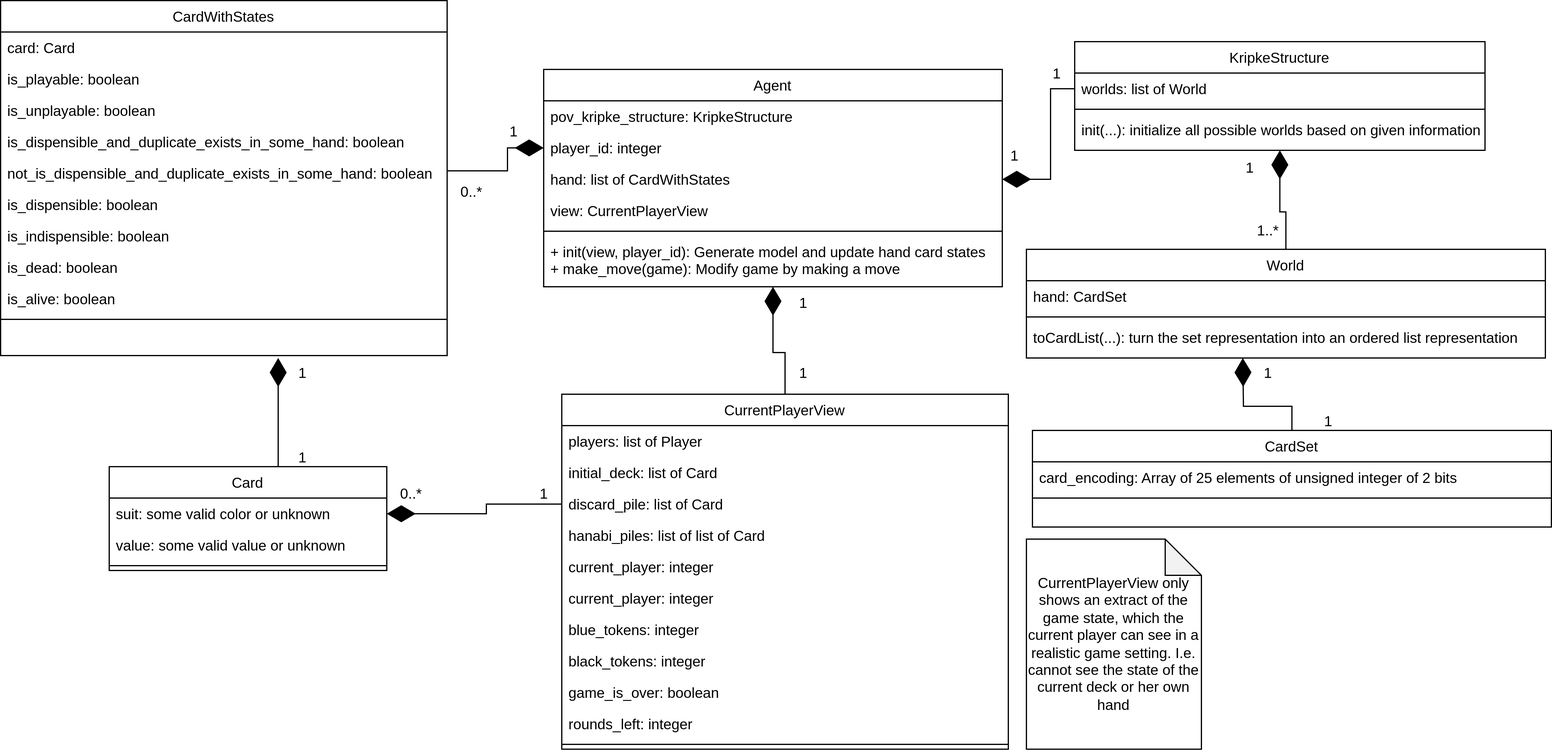
Above: images/agent-uml-class-diagram.png in Poetastrophe/Bachelor-report (draw.io), before the change. Source tidied: cells renumbered, new cells last; positions are measured from the earlier drawing's top-left corner, leaving out a move shared by most shapes.
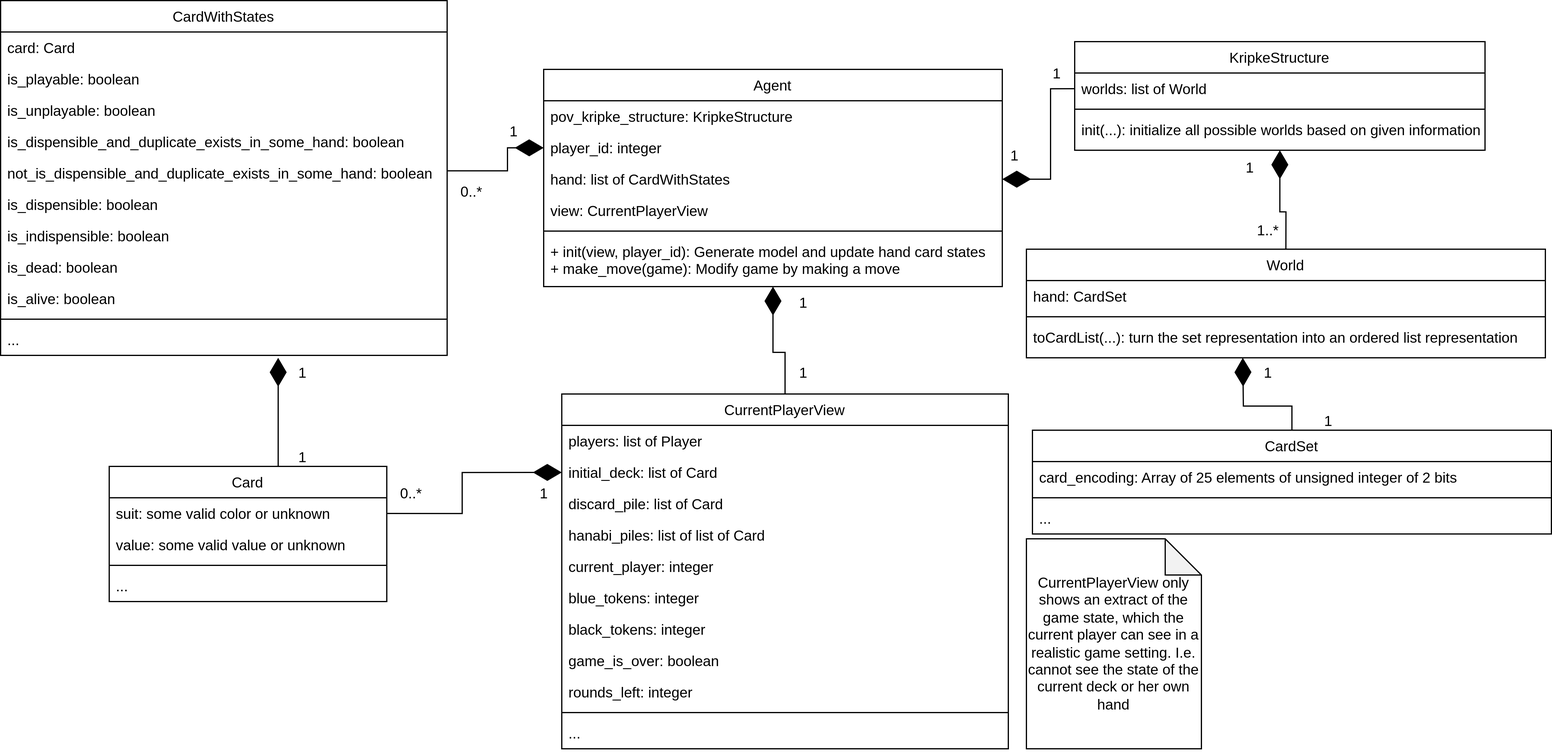
Above is the later version.

What changed in the source:
```diff
@@ -98,6 +98,9 @@
     <mxCell id="33" style="line;html=1;strokeWidth=1;align=left;verticalAlign=middle;spacingTop=-1;spacingLeft=3;spacingRight=3;labelPosition=right;" parent="23" vertex="1">
       <mxGeometry y="260" width="370" height="8" as="geometry" />
     </mxCell>
+    <mxCell id="69" value="..." style="text;align=left;verticalAlign=top;spacingLeft=4;spacingRight=4;overflow=hidden;rounded=0;shadow=0;html=0;" parent="23" vertex="1">
+      <mxGeometry y="268" width="370" height="26" as="geometry" />
+    </mxCell>
     <mxCell id="34" value="CurrentPlayerView" style="swimlane;fontStyle=0;align=center;verticalAlign=top;horizontal=1;startSize=26;rounded=0;shadow=0;strokeWidth=1;" parent="1" vertex="1">
       <mxGeometry x="465" y="326" width="370" height="294" as="geometry" />
     </mxCell>
@@ -113,27 +116,27 @@
     <mxCell id="38" value="hanabi_piles: list of list of Card" style="text;align=left;verticalAlign=top;spacingLeft=4;spacingRight=4;overflow=hidden;rounded=0;shadow=0;html=0;" parent="34" vertex="1">
       <mxGeometry y="104" width="370" height="26" as="geometry" />
     </mxCell>
-    <mxCell id="39" value="current_player: integer" style="text;align=left;verticalAlign=top;spacingLeft=4;spacingRight=4;overflow=hidden;rounded=0;shadow=0;html=0;" parent="34" vertex="1">
-      <mxGeometry y="130" width="370" height="26" as="geometry" />
-    </mxCell>
     <mxCell id="40" value="current_player: integer" style="text;align=left;verticalAlign=top;spacingLeft=4;spacingRight=4;overflow=hidden;rounded=0;shadow=0;html=0;" parent="34" vertex="1">
-      <mxGeometry y="156" width="370" height="26" as="geometry" />
+      <mxGeometry y="130" width="370" height="26" as="geometry" />
     </mxCell>
     <mxCell id="41" value="blue_tokens: integer" style="text;align=left;verticalAlign=top;spacingLeft=4;spacingRight=4;overflow=hidden;rounded=0;shadow=0;html=0;" parent="34" vertex="1">
-      <mxGeometry y="182" width="370" height="26" as="geometry" />
+      <mxGeometry y="156" width="370" height="26" as="geometry" />
     </mxCell>
     <mxCell id="42" value="black_tokens: integer" style="text;align=left;verticalAlign=top;spacingLeft=4;spacingRight=4;overflow=hidden;rounded=0;shadow=0;html=0;" parent="34" vertex="1">
-      <mxGeometry y="208" width="370" height="26" as="geometry" />
+      <mxGeometry y="182" width="370" height="26" as="geometry" />
     </mxCell>
     <mxCell id="43" value="game_is_over: boolean" style="text;align=left;verticalAlign=top;spacingLeft=4;spacingRight=4;overflow=hidden;rounded=0;shadow=0;html=0;" parent="34" vertex="1">
-      <mxGeometry y="234" width="370" height="26" as="geometry" />
+      <mxGeometry y="208" width="370" height="26" as="geometry" />
     </mxCell>
     <mxCell id="44" value="rounds_left: integer" style="text;align=left;verticalAlign=top;spacingLeft=4;spacingRight=4;overflow=hidden;rounded=0;shadow=0;html=0;" parent="34" vertex="1">
-      <mxGeometry y="260" width="370" height="26" as="geometry" />
+      <mxGeometry y="234" width="370" height="26" as="geometry" />
     </mxCell>
     <mxCell id="45" style="line;html=1;strokeWidth=1;align=left;verticalAlign=middle;spacingTop=-1;spacingLeft=3;spacingRight=3;labelPosition=right;" parent="34" vertex="1">
-      <mxGeometry y="286" width="370" height="8" as="geometry" />
+      <mxGeometry y="260" width="370" height="8" as="geometry" />
     </mxCell>
+    <mxCell id="70" value="..." style="text;align=left;verticalAlign=top;spacingLeft=4;spacingRight=4;overflow=hidden;rounded=0;shadow=0;html=0;" parent="34" vertex="1">
+      <mxGeometry y="268" width="370" height="26" as="geometry" />
+    </mxCell>
     <mxCell id="46" style="edgeStyle=orthogonalEdgeStyle;rounded=0;jettySize=auto;html=1;exitX=0;exitY=0.5;exitDx=0;exitDy=0;entryX=1;entryY=0.5;entryDx=0;entryDy=0;endArrow=diamondThin;endFill=1;endSize=21;" parent="1" edge="1" source="3" target="16">
       <mxGeometry relative="1" as="geometry" />
     </mxCell>
@@ -157,7 +160,7 @@
       <mxGeometry x="370" y="144" width="40" height="30" as="geometry" />
     </mxCell>
     <mxCell id="52" value="CardSet" style="swimlane;fontStyle=0;align=center;verticalAlign=top;horizontal=1;startSize=26;rounded=0;shadow=0;strokeWidth=1;" parent="1" vertex="1">
-      <mxGeometry x="855" y="356" width="430" height="80" as="geometry" />
+      <mxGeometry x="855" y="356" width="430" height="86" as="geometry" />
     </mxCell>
     <mxCell id="53" value="card_encoding: Array of 25 elements of unsigned integer of 2 bits" style="text;align=left;verticalAlign=top;spacingLeft=4;spacingRight=4;overflow=hidden;" parent="52" vertex="1">
       <mxGeometry y="26" width="430" height="26" as="geometry" />
@@ -165,6 +168,9 @@
     <mxCell id="54" style="line;html=1;strokeWidth=1;align=left;verticalAlign=middle;spacingTop=-1;spacingLeft=3;spacingRight=3;labelPosition=right;" parent="52" vertex="1">
       <mxGeometry y="52" width="430" height="8" as="geometry" />
     </mxCell>
+    <mxCell id="71" value="..." style="text;align=left;verticalAlign=top;spacingLeft=4;spacingRight=4;overflow=hidden;rounded=0;shadow=0;html=0;" parent="52" vertex="1">
+      <mxGeometry y="60" width="430" height="26" as="geometry" />
+    </mxCell>
     <mxCell id="55" style="edgeStyle=orthogonalEdgeStyle;rounded=0;jettySize=auto;html=1;exitX=0.5;exitY=0;exitDx=0;exitDy=0;entryX=0.5;entryY=1;entryDx=0;entryDy=0;endArrow=diamondThin;endFill=1;endSize=21;" parent="1" edge="1" source="52">
       <mxGeometry relative="1" as="geometry">
         <mxPoint x="1029.3" y="296" as="targetPoint" />
@@ -177,7 +183,7 @@
       <mxGeometry x="1085" y="334" width="30" height="30" as="geometry" />
     </mxCell>
     <mxCell id="58" value="Card" style="swimlane;fontStyle=0;align=center;verticalAlign=top;horizontal=1;startSize=26;rounded=0;shadow=0;strokeWidth=1;" parent="1" vertex="1">
-      <mxGeometry x="90" y="386" width="230" height="86" as="geometry" />
+      <mxGeometry x="90" y="386" width="230" height="112" as="geometry" />
     </mxCell>
     <mxCell id="59" value="suit: some valid color or unknown" style="text;align=left;verticalAlign=top;spacingLeft=4;spacingRight=4;overflow=hidden;points=[[0,0.5],[1,0.5]];portConstraint=eastwest;" parent="58" vertex="1">
       <mxGeometry y="26" width="230" height="26" as="geometry" />
@@ -188,6 +194,9 @@
     <mxCell id="61" style="line;html=1;strokeWidth=1;align=left;verticalAlign=middle;spacingTop=-1;spacingLeft=3;spacingRight=3;labelPosition=right;" parent="58" vertex="1">
       <mxGeometry y="78" width="230" height="8" as="geometry" />
     </mxCell>
+    <mxCell id="72" value="..." style="text;align=left;verticalAlign=top;spacingLeft=4;spacingRight=4;overflow=hidden;rounded=0;shadow=0;html=0;" parent="58" vertex="1">
+      <mxGeometry y="86" width="230" height="26" as="geometry" />
+    </mxCell>
     <mxCell id="62" style="edgeStyle=orthogonalEdgeStyle;rounded=0;orthogonalLoop=1;jettySize=auto;html=1;endArrow=diamondThin;endFill=1;endSize=21;" parent="1" edge="1">
       <mxGeometry relative="1" as="geometry">
         <mxPoint x="230" y="386" as="sourcePoint" />
@@ -204,9 +213,6 @@
     <mxCell id="64" value="1" style="text;html=1;align=center;verticalAlign=middle;strokeColor=none;fillColor=none;" parent="1" vertex="1">
       <mxGeometry x="235" y="364" width="30" height="30" as="geometry" />
     </mxCell>
-    <mxCell id="65" style="edgeStyle=orthogonalEdgeStyle;rounded=0;jettySize=auto;html=1;entryX=1;entryY=0.5;entryDx=0;entryDy=0;endArrow=diamondThin;endFill=1;endSize=21;exitX=0;exitY=0.5;exitDx=0;exitDy=0;" parent="1" edge="1" source="37" target="59">
-      <mxGeometry relative="1" as="geometry" />
-    </mxCell>
     <mxCell id="66" value="0..*" style="text;html=1;align=center;verticalAlign=middle;strokeColor=none;fillColor=none;" parent="1" vertex="1">
       <mxGeometry x="320" y="394" width="40" height="30" as="geometry" />
     </mxCell>
@@ -216,5 +222,8 @@
     <mxCell id="68" value="CurrentPlayerView only shows an extract of the game state, which the current player can see in a realistic game setting. I.e. cannot see the state of the current deck or her own hand" style="shape=note;whiteSpace=wrap;html=1;backgroundOutline=1;darkOpacity=0.05;" parent="1" vertex="1">
       <mxGeometry x="850" y="446" width="145" height="174" as="geometry" />
     </mxCell>
+    <mxCell id="65" style="edgeStyle=orthogonalEdgeStyle;rounded=0;jettySize=auto;html=1;entryX=0;entryY=0.5;entryDx=0;entryDy=0;endArrow=diamondThin;endFill=1;endSize=21;exitX=1;exitY=0.5;exitDx=0;exitDy=0;" parent="1" edge="1" source="59" target="36">
+      <mxGeometry relative="1" as="geometry" />
+    </mxCell>
   </root>
 </mxGraphModel>
```
